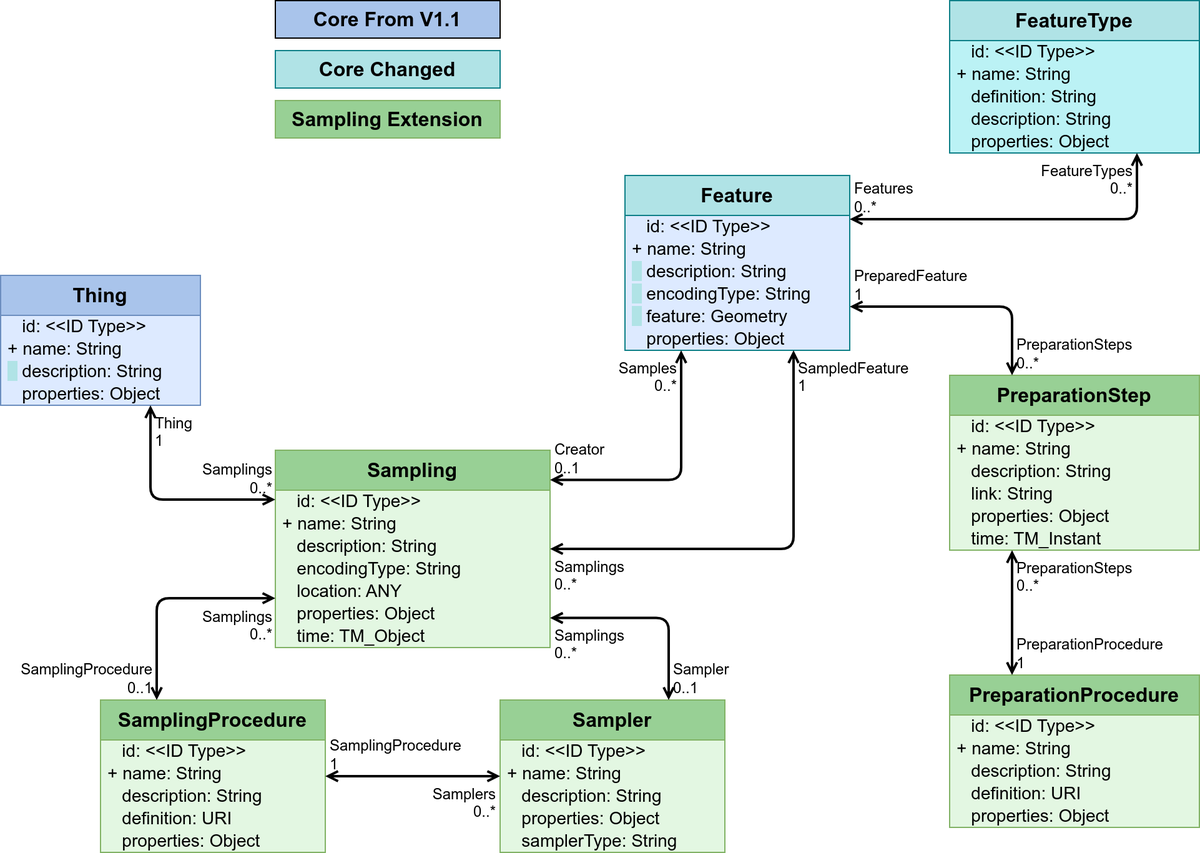
opengeospatial/sensorthings keeps this draw.io diagram as figures/Datamodel-SensorThingsApi-V2-proposal-1-Sampling.drawio.png. Above is the earlier version. Source tidied: cells renumbered, new cells last; positions are measured from the earlier drawing's top-left corner, leaving out a move shared by most shapes.
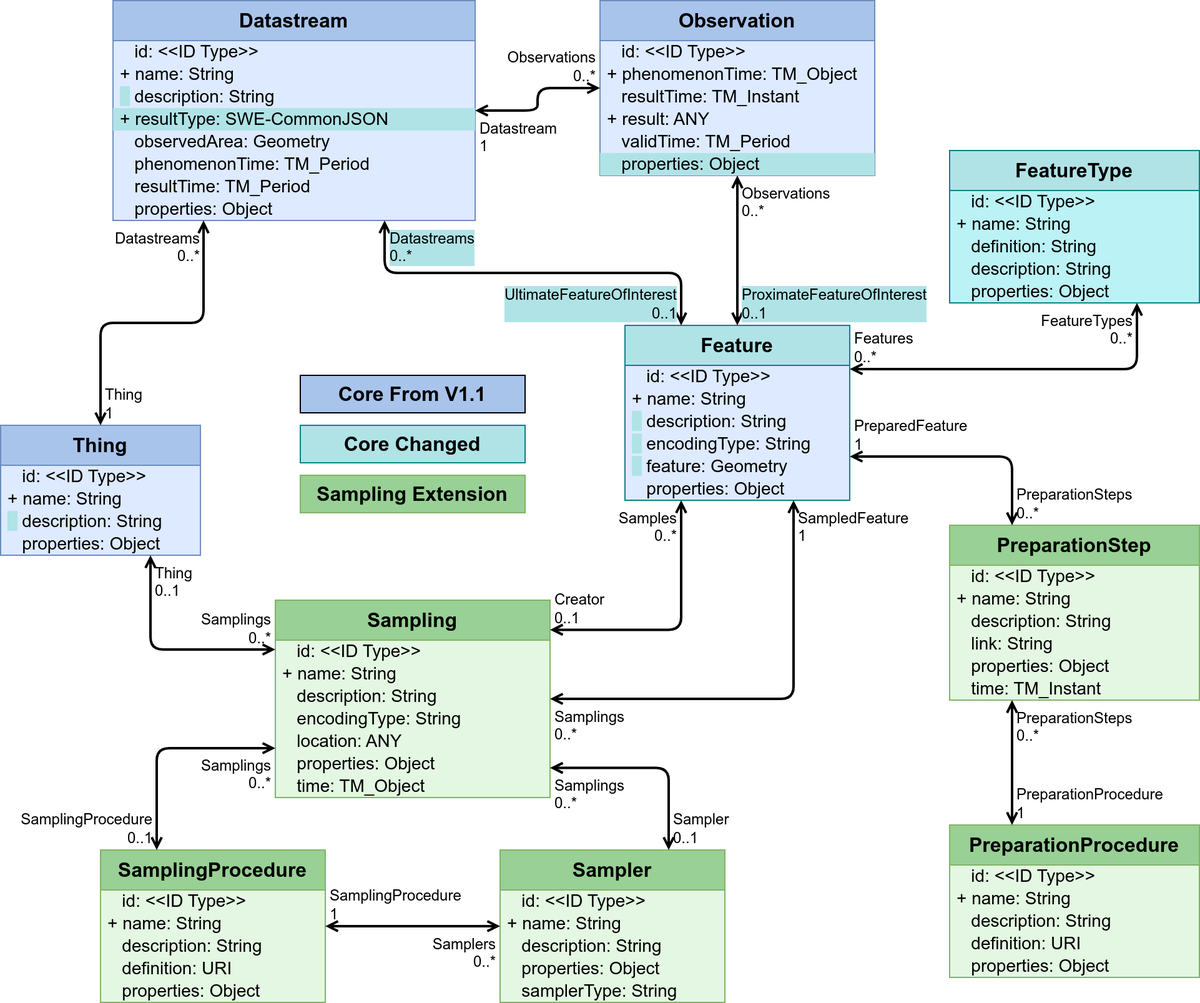
The same diagram one commit later.

Commit message:
Changed Sampling -> Host to be 0..1

What changed in the source:
```diff
@@ -230,20 +230,104 @@
     <mxCell id="77" style="endArrow=open;startArrow=open;html=1;rounded=1;exitX=0.75;exitY=1;exitDx=0;exitDy=0;edgeStyle=orthogonalEdgeStyle;entryX=0;entryY=0.25;entryDx=0;entryDy=0;curved=0;strokeWidth=2;startFill=0;endFill=0;" parent="1" edge="1" source="72" target="43">
       <mxGeometry relative="1" as="geometry" />
     </mxCell>
-    <mxCell id="78" value="Thing&lt;br&gt;1" style="edgeLabel;html=1;align=left;verticalAlign=top;labelBackgroundColor=none;fontSize=12;spacingLeft=1;spacing=3;spacingRight=2;" parent="77" vertex="1">
+    <mxCell id="78" value="Thing&lt;br&gt;0..1" style="edgeLabel;html=1;align=left;verticalAlign=top;labelBackgroundColor=none;fontSize=12;spacingLeft=1;spacing=3;spacingRight=2;" parent="77" vertex="1">
       <mxGeometry x="-1" relative="1" as="geometry" />
     </mxCell>
     <mxCell id="79" value="Samplings&lt;br&gt;0..*" style="edgeLabel;html=1;align=right;verticalAlign=bottom;labelBackgroundColor=none;fontSize=12;spacingLeft=1;spacing=3;spacingRight=2;" parent="77" vertex="1">
       <mxGeometry x="1" relative="1" as="geometry" />
     </mxCell>
     <mxCell id="80" value="Core Changed" style="rounded=0;whiteSpace=wrap;html=1;labelBackgroundColor=none;fillColor=#b0e3e6;strokeColor=#0e8088;fontStyle=1;fontSize=16;" parent="1" vertex="1">
-      <mxGeometry x="220" y="40" width="180" height="30" as="geometry" />
+      <mxGeometry x="240" y="220" width="180" height="30" as="geometry" />
     </mxCell>
     <mxCell id="81" value="Core From V1.1" style="rounded=0;whiteSpace=wrap;html=1;labelBackgroundColor=none;fillColor=#A9C4EB;strokeColor=default;fontStyle=1;fontSize=16;" parent="1" vertex="1">
-      <mxGeometry x="220" width="180" height="30" as="geometry" />
+      <mxGeometry x="240" y="180" width="180" height="30" as="geometry" />
     </mxCell>
     <mxCell id="82" value="Sampling Extension" style="rounded=0;whiteSpace=wrap;html=1;labelBackgroundColor=none;fillColor=#98D095;strokeColor=#82b366;fontStyle=1;startSize=32;fontSize=16;swimlaneFillColor=#E3F7E2;" parent="1" vertex="1">
-      <mxGeometry x="220" y="80" width="180" height="30" as="geometry" />
+      <mxGeometry x="240" y="260" width="180" height="30" as="geometry" />
     </mxCell>
+    <mxCell id="83" value="Datastream" style="swimlane;fontStyle=1;horizontal=1;startSize=32;fontSize=16;whiteSpace=wrap;html=1;fillColor=#A9C4EB;strokeColor=#6c8ebf;swimlaneFillColor=#DDEAFF;verticalAlign=top;" parent="1" vertex="1">
+      <mxGeometry x="90" y="-120" width="290" height="176" as="geometry" />
+    </mxCell>
+    <mxCell id="84" value="&amp;nbsp;&amp;nbsp;&amp;nbsp;id: &amp;lt;&amp;lt;ID Type&amp;gt;&amp;gt;" style="text;strokeColor=none;fillColor=none;align=left;verticalAlign=middle;spacingLeft=4;spacingRight=4;overflow=visible;html=1;fontSize=14;" parent="83" vertex="1">
+      <mxGeometry y="32" width="290" height="18" as="geometry" />
+    </mxCell>
+    <mxCell id="85" value="+ name: String" style="text;strokeColor=none;fillColor=none;align=left;verticalAlign=middle;spacingLeft=4;spacingRight=4;overflow=visible;html=1;fontSize=14;" parent="83" vertex="1">
+      <mxGeometry y="50" width="290" height="18" as="geometry" />
+    </mxCell>
+    <mxCell id="86" value="&lt;span style=&quot;background-color: rgb(176, 227, 230);&quot;&gt;&amp;nbsp; &lt;/span&gt;&amp;nbsp;description: String" style="text;strokeColor=none;fillColor=none;align=left;verticalAlign=middle;spacingLeft=4;spacingRight=4;overflow=visible;html=1;fontSize=14;" parent="83" vertex="1">
+      <mxGeometry y="68" width="290" height="18" as="geometry" />
+    </mxCell>
+    <mxCell id="87" value="+ resultType: SWE-CommonJSON" style="text;strokeColor=none;fillColor=#b0e3e6;align=left;verticalAlign=middle;spacingLeft=4;spacingRight=4;overflow=visible;html=1;fontSize=14;" parent="83" vertex="1">
+      <mxGeometry y="86" width="290" height="18" as="geometry" />
+    </mxCell>
+    <mxCell id="88" value="&amp;nbsp;&amp;nbsp;&amp;nbsp;observedArea: Geometry" style="text;strokeColor=none;fillColor=none;align=left;verticalAlign=middle;spacingLeft=4;spacingRight=4;overflow=visible;html=1;fontSize=14;" parent="83" vertex="1">
+      <mxGeometry y="104" width="290" height="18" as="geometry" />
+    </mxCell>
+    <mxCell id="89" value="&amp;nbsp;&amp;nbsp;&amp;nbsp;phenomenonTime:&amp;nbsp;TM_Period" style="text;strokeColor=none;fillColor=none;align=left;verticalAlign=middle;spacingLeft=4;spacingRight=4;overflow=visible;html=1;fontSize=14;" parent="83" vertex="1">
+      <mxGeometry y="122" width="290" height="18" as="geometry" />
+    </mxCell>
+    <mxCell id="90" value="&amp;nbsp;&amp;nbsp;&amp;nbsp;resultTime:&amp;nbsp;TM_Period" style="text;strokeColor=none;fillColor=none;align=left;verticalAlign=middle;spacingLeft=4;spacingRight=4;overflow=visible;html=1;fontSize=14;" parent="83" vertex="1">
+      <mxGeometry y="140" width="290" height="18" as="geometry" />
+    </mxCell>
+    <mxCell id="91" value="&amp;nbsp;&amp;nbsp;&amp;nbsp;properties: Object" style="text;strokeColor=none;fillColor=none;align=left;verticalAlign=middle;spacingLeft=4;spacingRight=4;overflow=visible;html=1;fontSize=14;" parent="83" vertex="1">
+      <mxGeometry y="158" width="290" height="18" as="geometry" />
+    </mxCell>
+    <mxCell id="92" style="endArrow=open;startArrow=open;html=1;rounded=1;exitX=0.25;exitY=0;exitDx=0;exitDy=0;edgeStyle=orthogonalEdgeStyle;entryX=0.75;entryY=1;entryDx=0;entryDy=0;curved=0;strokeWidth=2;startFill=0;endFill=0;" parent="1" edge="1" source="2" target="83">
+      <mxGeometry relative="1" as="geometry" />
+    </mxCell>
+    <mxCell id="93" value="UltimateFeatureOfInterest&lt;br&gt;0..1" style="edgeLabel;html=1;align=right;verticalAlign=bottom;labelBackgroundColor=#B0E3E6;fontSize=12;spacingLeft=1;spacing=3;spacingRight=2;" parent="92" vertex="1">
+      <mxGeometry x="-1" relative="1" as="geometry" />
+    </mxCell>
+    <mxCell id="94" value="Datastreams&lt;br&gt;0..*" style="edgeLabel;html=1;align=left;verticalAlign=top;labelBackgroundColor=#B0E3E6;fontSize=12;spacingLeft=1;spacing=3;spacingRight=2;" parent="92" vertex="1">
+      <mxGeometry x="1" relative="1" as="geometry" />
+    </mxCell>
+    <mxCell id="95" value="Observation" style="swimlane;fontStyle=1;horizontal=1;startSize=32;fontSize=16;whiteSpace=wrap;html=1;fillColor=#A9C4EB;strokeColor=#6c8ebf;swimlaneFillColor=#DDEAFF;verticalAlign=top;" parent="1" vertex="1">
+      <mxGeometry x="480" y="-120" width="220" height="140" as="geometry" />
+    </mxCell>
+    <mxCell id="96" value="&amp;nbsp;&amp;nbsp;&amp;nbsp;id: &amp;lt;&amp;lt;ID Type&amp;gt;&amp;gt;" style="text;strokeColor=none;fillColor=none;align=left;verticalAlign=middle;spacingLeft=4;spacingRight=4;overflow=visible;html=1;fontSize=14;" parent="95" vertex="1">
+      <mxGeometry y="32" width="220" height="18" as="geometry" />
+    </mxCell>
+    <mxCell id="97" value="+&amp;nbsp;phenomenonTime: TM_Object" style="text;strokeColor=none;fillColor=none;align=left;verticalAlign=middle;spacingLeft=4;spacingRight=4;overflow=visible;html=1;fontSize=14;" parent="95" vertex="1">
+      <mxGeometry y="50" width="220" height="18" as="geometry" />
+    </mxCell>
+    <mxCell id="98" value="&amp;nbsp;&amp;nbsp;&amp;nbsp;resultTime: TM_Instant" style="text;strokeColor=none;fillColor=none;align=left;verticalAlign=middle;spacingLeft=4;spacingRight=4;overflow=visible;html=1;fontSize=14;" parent="95" vertex="1">
+      <mxGeometry y="68" width="220" height="18" as="geometry" />
+    </mxCell>
+    <mxCell id="99" value="+ result: ANY" style="text;strokeColor=none;fillColor=none;align=left;verticalAlign=middle;spacingLeft=4;spacingRight=4;overflow=visible;html=1;fontSize=14;" parent="95" vertex="1">
+      <mxGeometry y="86" width="220" height="18" as="geometry" />
+    </mxCell>
+    <mxCell id="100" value="&amp;nbsp;&amp;nbsp;&amp;nbsp;validTime:&amp;nbsp;TM_Period" style="text;strokeColor=none;fillColor=none;align=left;verticalAlign=middle;spacingLeft=4;spacingRight=4;overflow=visible;html=1;fontSize=14;" parent="95" vertex="1">
+      <mxGeometry y="104" width="220" height="18" as="geometry" />
+    </mxCell>
+    <mxCell id="101" value="&amp;nbsp;&amp;nbsp;&amp;nbsp;properties: Object" style="text;strokeColor=none;fillColor=#b0e3e6;align=left;verticalAlign=middle;spacingLeft=4;spacingRight=4;overflow=visible;html=1;fontSize=14;" parent="95" vertex="1">
+      <mxGeometry y="122" width="220" height="18" as="geometry" />
+    </mxCell>
+    <mxCell id="102" style="endArrow=open;startArrow=open;html=1;rounded=1;exitX=0;exitY=0.5;exitDx=0;exitDy=0;entryX=1;entryY=0.5;entryDx=0;entryDy=0;edgeStyle=orthogonalEdgeStyle;strokeWidth=2;curved=0;startFill=0;endFill=0;" parent="1" edge="1" source="95" target="83">
+      <mxGeometry relative="1" as="geometry" />
+    </mxCell>
+    <mxCell id="103" value="Observations&lt;br&gt;0..*" style="edgeLabel;html=1;align=right;verticalAlign=bottom;labelBackgroundColor=none;fontSize=12;spacingLeft=1;spacing=3;spacingRight=2;" parent="102" vertex="1">
+      <mxGeometry x="-1" relative="1" as="geometry" />
+    </mxCell>
+    <mxCell id="104" value="Datastream&lt;br&gt;1" style="edgeLabel;html=1;align=left;verticalAlign=top;labelBackgroundColor=none;fontSize=12;spacingLeft=1;spacing=3;spacingRight=2;" parent="102" vertex="1">
+      <mxGeometry x="1" relative="1" as="geometry" />
+    </mxCell>
+    <mxCell id="105" style="endArrow=open;startArrow=open;html=1;rounded=1;exitX=0.5;exitY=1;exitDx=0;exitDy=0;edgeStyle=orthogonalEdgeStyle;curved=0;strokeWidth=2;startFill=0;endFill=0;" parent="1" edge="1" source="95" target="2">
+      <mxGeometry relative="1" as="geometry" />
+    </mxCell>
+    <mxCell id="106" value="Observations&lt;br&gt;0..*" style="edgeLabel;html=1;align=left;verticalAlign=top;labelBackgroundColor=none;fontSize=12;spacingLeft=1;spacing=3;spacingRight=2;" parent="105" vertex="1">
+      <mxGeometry x="-1" relative="1" as="geometry" />
+    </mxCell>
+    <mxCell id="107" value="ProximateFeatureOfInterest&lt;br&gt;0..1" style="edgeLabel;html=1;align=left;verticalAlign=bottom;labelBackgroundColor=#B0E3E6;fontSize=12;spacingLeft=1;spacing=3;spacingRight=2;" parent="105" vertex="1">
+      <mxGeometry x="1" relative="1" as="geometry" />
+    </mxCell>
+    <mxCell id="108" style="endArrow=open;startArrow=open;html=1;rounded=1;edgeStyle=orthogonalEdgeStyle;entryX=0.25;entryY=1;entryDx=0;entryDy=0;exitX=0.5;exitY=0;exitDx=0;exitDy=0;strokeWidth=2;curved=0;startFill=0;endFill=0;" parent="1" edge="1" source="72" target="83">
+      <mxGeometry relative="1" as="geometry" />
+    </mxCell>
+    <mxCell id="109" value="Thing&lt;br&gt;1" style="edgeLabel;html=1;align=left;verticalAlign=bottom;labelBackgroundColor=none;fontSize=12;spacingLeft=1;spacing=3;spacingRight=2;" parent="108" vertex="1">
+      <mxGeometry x="-1" relative="1" as="geometry" />
+    </mxCell>
+    <mxCell id="110" value="Datastreams&lt;br&gt;0..*" style="edgeLabel;html=1;align=right;verticalAlign=top;labelBackgroundColor=none;fontSize=12;spacingLeft=1;spacing=3;spacingRight=2;" parent="108" vertex="1">
+      <mxGeometry x="1" relative="1" as="geometry" />
+    </mxCell>
   </root>
 </mxGraphModel>
```
